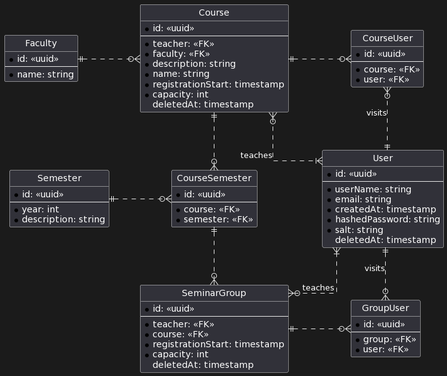
Above: diagrams/CoursesRegistrator.png in TheRikej/courses-registrator (PlantUML), before the change.
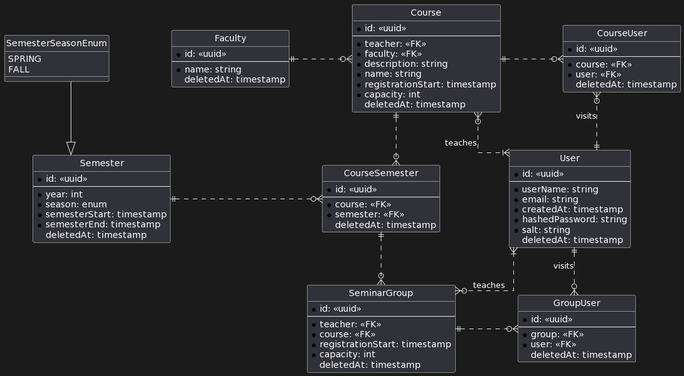
Above is the later version.

Commit message:
fix(ERD): Changed ERD according to feedback

What changed in the source:
```diff
@@ -41,13 +41,17 @@
     * id: <<uuid>>
     ---
     * year: int
-    * description: string
+    * season: enum
+    * semesterStart: timestamp
+    * semesterEnd: timestamp
+    deletedAt: timestamp
 }
 
 entity Faculty {
     * id: <<uuid>>
     ---
     * name: string
+    deletedAt: timestamp
 }
 
 entity CourseSemester {
@@ -55,6 +59,7 @@
     ---
     * course: <<FK>>
     * semester: <<FK>>
+    deletedAt: timestamp
 }
 
 entity CourseUser {
@@ -62,6 +67,7 @@
     ---
     * course: <<FK>>
     * user: <<FK>>
+    deletedAt: timestamp
 }
 
 entity GroupUser {
@@ -69,7 +75,14 @@
     ---
     * group: <<FK>>
     * user: <<FK>>
+    deletedAt: timestamp
 }
+
+Enum SemesterSeasonEnum {
+    SPRING
+    FALL
+}
+
 
 User ||..o{ GroupUser: visits
 SeminarGroup ||.r.o{ GroupUser
@@ -86,4 +99,6 @@
 
 User }|.l.o{ Course: teaches
 User }|..o{ SeminarGroup: teaches
+
+Semester <|-u- SemesterSeasonEnum
 @enduml
```
